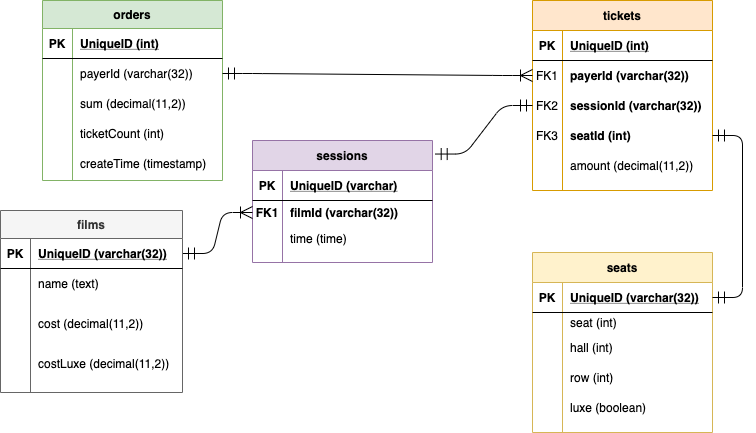
Earlier version of the draw.io export DatabaseLogic.png (otusteamedu/PHP_2024). Source tidied: cells renumbered, new cells last; positions are measured from the earlier drawing's top-left corner, leaving out a move shared by most shapes.
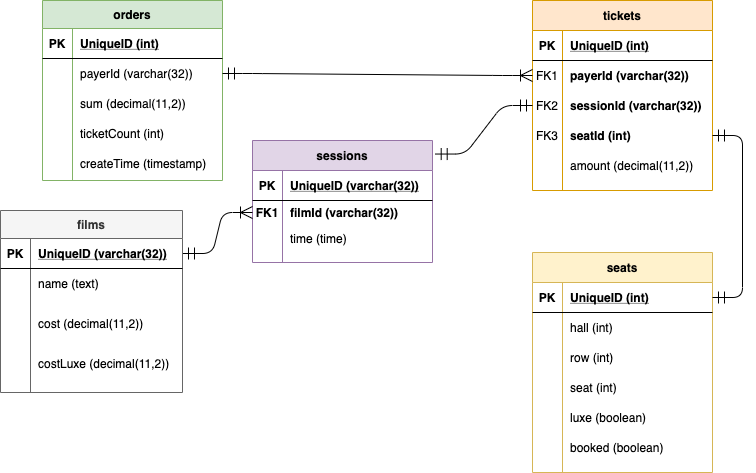
The same file after the commit.

What changed in the source:
```diff
@@ -51,7 +51,7 @@
       <mxGeometry x="30" width="150" height="30" as="geometry" />
     </mxCell>
     <mxCell id="18" value="seats" style="shape=table;startSize=30;rowLines=0;fontStyle=1;align=center;shadow=0;fillColor=#fff2cc;strokeColor=#d6b656;" parent="1" vertex="1">
-      <mxGeometry x="532" y="252" width="180" height="180" as="geometry" />
+      <mxGeometry x="532" y="252" width="180" height="220" as="geometry" />
     </mxCell>
     <mxCell id="19" style="shape=partialRectangle;fillColor=none;top=0;left=0;bottom=1;right=0;points=[[0,0.5],[1,0.5]];portConstraint=eastwest;" parent="18" vertex="1">
       <mxGeometry y="30" width="180" height="30" as="geometry" />
@@ -59,20 +59,11 @@
     <mxCell id="20" value="PK" style="shape=partialRectangle;fillColor=none;top=0;left=0;bottom=0;right=0;fontStyle=1;overflow=hidden;" parent="19" vertex="1">
       <mxGeometry width="30" height="30" as="geometry" />
     </mxCell>
-    <mxCell id="21" value="UniqueID (varchar(32))" style="shape=partialRectangle;fillColor=none;top=0;left=0;bottom=0;right=0;align=left;spacingLeft=6;fontStyle=5;overflow=hidden;" parent="19" vertex="1">
+    <mxCell id="21" value="UniqueID (int)" style="shape=partialRectangle;fillColor=none;top=0;left=0;bottom=0;right=0;align=left;spacingLeft=6;fontStyle=5;overflow=hidden;" parent="19" vertex="1">
       <mxGeometry x="30" width="150" height="30" as="geometry" />
     </mxCell>
-    <mxCell id="22" style="shape=partialRectangle;fillColor=none;top=0;left=0;bottom=0;right=0;" parent="18" vertex="1">
-      <mxGeometry y="60" width="180" height="20" as="geometry" />
-    </mxCell>
-    <mxCell id="23" style="shape=partialRectangle;fillColor=none;top=0;left=0;bottom=0;right=0;overflow=hidden;" parent="22" vertex="1">
-      <mxGeometry width="30" height="20" as="geometry" />
-    </mxCell>
-    <mxCell id="24" value="seat (int)" style="shape=partialRectangle;fillColor=none;top=0;left=0;bottom=0;right=0;align=left;spacingLeft=6;overflow=hidden;" parent="22" vertex="1">
-      <mxGeometry x="30" width="150" height="20" as="geometry" />
-    </mxCell>
     <mxCell id="25" style="shape=partialRectangle;fillColor=none;top=0;left=0;bottom=0;right=0;" parent="18" vertex="1">
-      <mxGeometry y="80" width="180" height="30" as="geometry" />
+      <mxGeometry y="60" width="180" height="30" as="geometry" />
     </mxCell>
     <mxCell id="26" style="shape=partialRectangle;fillColor=none;top=0;left=0;bottom=0;right=0;overflow=hidden;" parent="25" vertex="1">
       <mxGeometry width="30" height="30" as="geometry" />
@@ -81,7 +72,7 @@
       <mxGeometry x="30" width="150" height="30" as="geometry" />
     </mxCell>
     <mxCell id="28" style="shape=partialRectangle;fillColor=none;top=0;left=0;bottom=0;right=0;" parent="18" vertex="1">
-      <mxGeometry y="110" width="180" height="30" as="geometry" />
+      <mxGeometry y="90" width="180" height="30" as="geometry" />
     </mxCell>
     <mxCell id="29" style="shape=partialRectangle;fillColor=none;top=0;left=0;bottom=0;right=0;overflow=hidden;" parent="28" vertex="1">
       <mxGeometry width="30" height="30" as="geometry" />
@@ -90,14 +81,32 @@
       <mxGeometry x="30" width="150" height="30" as="geometry" />
     </mxCell>
     <mxCell id="31" style="shape=partialRectangle;fillColor=none;top=0;left=0;bottom=0;right=0;" parent="18" vertex="1">
-      <mxGeometry y="140" width="180" height="30" as="geometry" />
+      <mxGeometry y="120" width="180" height="30" as="geometry" />
     </mxCell>
     <mxCell id="32" style="shape=partialRectangle;fillColor=none;top=0;left=0;bottom=0;right=0;overflow=hidden;" parent="31" vertex="1">
       <mxGeometry width="30" height="30" as="geometry" />
     </mxCell>
-    <mxCell id="33" value="luxe (boolean)" style="shape=partialRectangle;fillColor=none;top=0;left=0;bottom=0;right=0;align=left;spacingLeft=6;overflow=hidden;" parent="31" vertex="1">
+    <mxCell id="33" value="seat (int)" style="shape=partialRectangle;fillColor=none;top=0;left=0;bottom=0;right=0;align=left;spacingLeft=6;overflow=hidden;" parent="31" vertex="1">
       <mxGeometry x="30" width="150" height="30" as="geometry" />
     </mxCell>
+    <mxCell id="77" style="shape=partialRectangle;fillColor=none;top=0;left=0;bottom=0;right=0;" parent="18" vertex="1">
+      <mxGeometry y="150" width="180" height="30" as="geometry" />
+    </mxCell>
+    <mxCell id="78" style="shape=partialRectangle;fillColor=none;top=0;left=0;bottom=0;right=0;overflow=hidden;" parent="77" vertex="1">
+      <mxGeometry width="30" height="30" as="geometry" />
+    </mxCell>
+    <mxCell id="79" value="luxe (boolean)" style="shape=partialRectangle;fillColor=none;top=0;left=0;bottom=0;right=0;align=left;spacingLeft=6;overflow=hidden;" parent="77" vertex="1">
+      <mxGeometry x="30" width="150" height="30" as="geometry" />
+    </mxCell>
+    <mxCell id="80" style="shape=partialRectangle;fillColor=none;top=0;left=0;bottom=0;right=0;" parent="18" vertex="1">
+      <mxGeometry y="180" width="180" height="30" as="geometry" />
+    </mxCell>
+    <mxCell id="81" style="shape=partialRectangle;fillColor=none;top=0;left=0;bottom=0;right=0;overflow=hidden;" parent="80" vertex="1">
+      <mxGeometry width="30" height="30" as="geometry" />
+    </mxCell>
+    <mxCell id="82" value="booked (boolean)" style="shape=partialRectangle;fillColor=none;top=0;left=0;bottom=0;right=0;align=left;spacingLeft=6;overflow=hidden;" parent="80" vertex="1">
+      <mxGeometry x="30" width="150" height="30" as="geometry" />
+    </mxCell>
     <mxCell id="34" value="sessions" style="shape=table;startSize=30;rowLines=0;fontStyle=1;align=center;shadow=0;fillColor=#e1d5e7;strokeColor=#9673a6;" parent="1" vertex="1">
       <mxGeometry x="252" y="140" width="180" height="122" as="geometry" />
     </mxCell>
@@ -107,7 +116,7 @@
     <mxCell id="36" value="PK" style="shape=partialRectangle;fillColor=none;top=0;left=0;bottom=0;right=0;fontStyle=1;overflow=hidden;" parent="35" vertex="1">
       <mxGeometry width="30" height="30" as="geometry" />
     </mxCell>
-    <mxCell id="37" value="UniqueID (varchar)" style="shape=partialRectangle;fillColor=none;top=0;left=0;bottom=0;right=0;align=left;spacingLeft=6;fontStyle=5;overflow=hidden;" parent="35" vertex="1">
+    <mxCell id="37" value="UniqueID (varchar(32))" style="shape=partialRectangle;fillColor=none;top=0;left=0;bottom=0;right=0;align=left;spacingLeft=6;fontStyle=5;overflow=hidden;" parent="35" vertex="1">
       <mxGeometry x="30" width="150" height="30" as="geometry" />
     </mxCell>
     <mxCell id="38" style="shape=partialRectangle;fillColor=none;top=0;left=0;bottom=0;right=0;points=[[0,0.5],[1,0.5]];portConstraint=eastwest;" parent="34" vertex="1">
```
